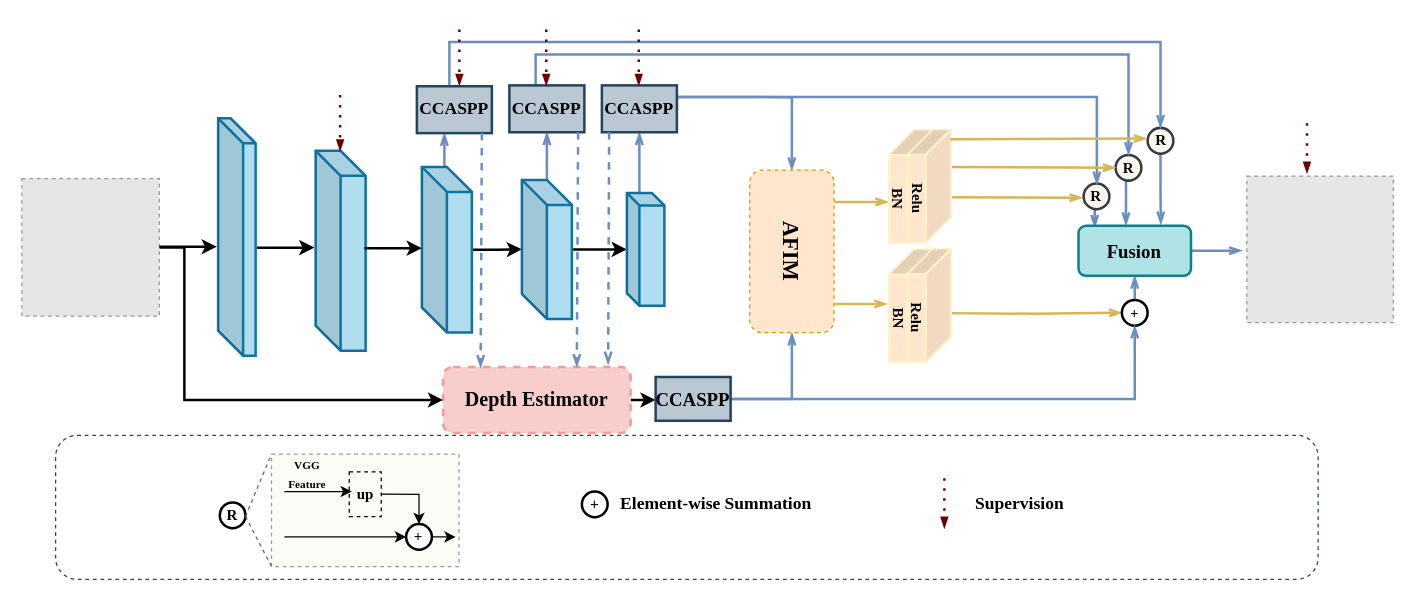
This is newRandD.drawio from Hymhh/hymhh, a draw.io file, before an edit. Source tidied: cells renumbered, new cells numbered last; positions are measured from the earlier drawing's top-left corner, leaving out a move shared by most shapes. Both pictures are drawn from the tidied source at 125%, with x=0, y=0 at pixel (21, 29). Pictures stored in the file or linked from it are replaced by grey dashed boxes.
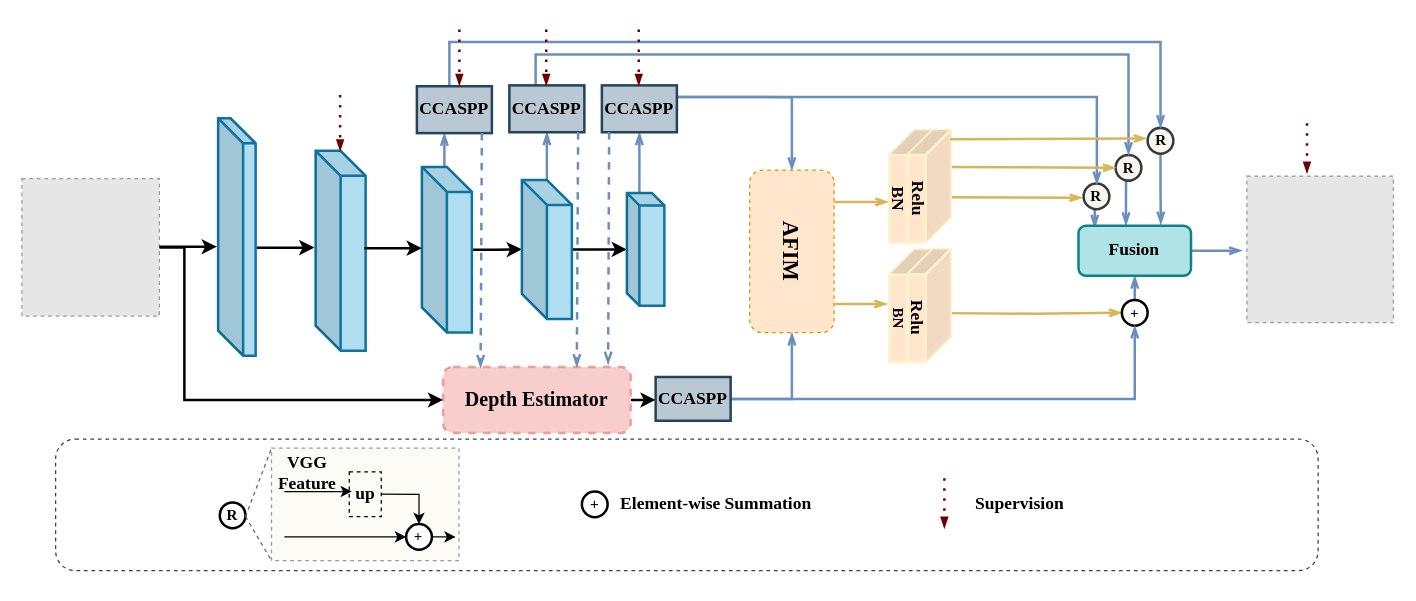
After the change.

Change to the diagram source:
```diff
@@
     <mxCell id="2" style="rounded=1;whiteSpace=wrap;html=1;fillColor=none;dashed=1;strokeColor=#314354;fontColor=#ffffff;" parent="1" vertex="1">
-      <mxGeometry x="27" y="324.7" width="1010" height="115.3" as="geometry" />
+      <mxGeometry x="27" y="327.7" width="1010" height="105.3" as="geometry" />
     </mxCell>
     <mxCell id="3" style="rounded=0;whiteSpace=wrap;html=1;dashed=1;strokeColor=#36393d;fillColor=#f9f7ed;opacity=50;" parent="1" vertex="1">
-      <mxGeometry x="199.7" y="339.7" width="150" height="90" as="geometry" />
+      <mxGeometry x="199.7" y="335" width="150" height="90" as="geometry" />
     </mxCell>
@@
-    <mxCell id="26" value="&lt;font style=&quot;font-size: 15px&quot; face=&quot;Times New Roman&quot;&gt;&lt;b&gt;CCASPP&lt;/b&gt;&lt;/font&gt;" style="rounded=0;whiteSpace=wrap;html=1;fillColor=#bac8d3;strokeColor=#23445d;strokeWidth=2;" parent="1" vertex="1">
+    <mxCell id="26" value="&lt;font face=&quot;Times New Roman&quot; size=&quot;1&quot;&gt;&lt;b style=&quot;font-size: 14px&quot;&gt;CCASPP&lt;/b&gt;&lt;/font&gt;" style="rounded=0;whiteSpace=wrap;html=1;fillColor=#bac8d3;strokeColor=#23445d;strokeWidth=2;" parent="1" vertex="1">
       <mxGeometry x="507" y="278.1" width="60" height="35" as="geometry" />
     </mxCell>
@@
-    <mxCell id="30" value="&lt;font style=&quot;font-size: 15px&quot; face=&quot;Times New Roman&quot;&gt;&lt;b&gt;Fusion&lt;/b&gt;&lt;/font&gt;" style="rounded=1;whiteSpace=wrap;html=1;fillColor=#b0e3e6;strokeColor=#0e8088;strokeWidth=2;" parent="1" vertex="1">
+    <mxCell id="30" value="&lt;font face=&quot;Times New Roman&quot; size=&quot;1&quot;&gt;&lt;b style=&quot;font-size: 14px&quot;&gt;Fusion&lt;/b&gt;&lt;/font&gt;" style="rounded=1;whiteSpace=wrap;html=1;fillColor=#b0e3e6;strokeColor=#0e8088;strokeWidth=2;" parent="1" vertex="1">
       <mxGeometry x="845.3" y="157.1" width="90" height="40" as="geometry" />
     </mxCell>
@@
-    <mxCell id="66" value="&lt;b&gt;&lt;font face=&quot;Times New Roman&quot;&gt;up&lt;/font&gt;&lt;/b&gt;" style="rounded=0;whiteSpace=wrap;html=1;dashed=1;strokeColor=#000000;fillColor=none;" parent="1" vertex="1">
+    <mxCell id="66" value="&lt;b&gt;&lt;font face=&quot;Times New Roman&quot; style=&quot;font-size: 14px&quot;&gt;up&lt;/font&gt;&lt;/b&gt;" style="rounded=0;whiteSpace=wrap;html=1;dashed=1;strokeColor=#000000;fillColor=none;" parent="1" vertex="1">
       <mxGeometry x="261.9" y="354" width="25.6" height="35.7" as="geometry" />
     </mxCell>
@@
-    <mxCell id="69" value="&lt;font style=&quot;font-size: 9px&quot; face=&quot;Times New Roman&quot;&gt;&lt;b&gt;VGG&lt;br style=&quot;font-size: 9px&quot;&gt;Feature&lt;/b&gt;&lt;/font&gt;" style="text;html=1;align=center;verticalAlign=middle;fillColor=none;strokeColor=none;rounded=0;dashed=1;" parent="1" vertex="1">
+    <mxCell id="69" value="&lt;font style=&quot;font-size: 14px&quot; face=&quot;Times New Roman&quot;&gt;&lt;b&gt;VGG&lt;br&gt;Feature&lt;/b&gt;&lt;/font&gt;" style="text;html=1;align=center;verticalAlign=middle;fillColor=none;strokeColor=none;rounded=0;dashed=1;" parent="1" vertex="1">
       <mxGeometry x="198" y="339.7" width="60" height="30" as="geometry" />
     </mxCell>
-    <mxCell id="70" value="&lt;font face=&quot;Times New Roman&quot;&gt;&lt;b&gt;Relu&lt;/b&gt;&lt;/font&gt;" style="shape=cube;whiteSpace=wrap;html=1;boundedLbl=1;backgroundOutline=1;darkOpacity=0.05;darkOpacity2=0.1;direction=east;fillColor=#FFE6CC;strokeWidth=2;strokeColor=#FFF2CC;rotation=90;" parent="1" vertex="1">
+    <mxCell id="70" value="&lt;font face=&quot;Times New Roman&quot; size=&quot;1&quot;&gt;&lt;b style=&quot;font-size: 14px&quot;&gt;Relu&lt;/b&gt;&lt;/font&gt;" style="shape=cube;whiteSpace=wrap;html=1;boundedLbl=1;backgroundOutline=1;darkOpacity=0.05;darkOpacity2=0.1;direction=east;fillColor=#FFE6CC;strokeWidth=2;strokeColor=#FFF2CC;rotation=90;" parent="1" vertex="1">
       <mxGeometry x="681" y="203.8" width="90" height="34.1" as="geometry" />
     </mxCell>
-    <mxCell id="71" value="&lt;font face=&quot;Times New Roman&quot;&gt;&lt;b&gt;BN&lt;/b&gt;&lt;/font&gt;" style="shape=cube;whiteSpace=wrap;html=1;boundedLbl=1;backgroundOutline=1;darkOpacity=0.05;darkOpacity2=0.1;direction=east;fillColor=#FFE6CC;strokeWidth=2;strokeColor=#FFF2CC;rotation=90;" parent="1" vertex="1">
+    <mxCell id="71" value="&lt;font face=&quot;Times New Roman&quot; size=&quot;1&quot;&gt;&lt;b style=&quot;font-size: 14px&quot;&gt;BN&lt;/b&gt;&lt;/font&gt;" style="shape=cube;whiteSpace=wrap;html=1;boundedLbl=1;backgroundOutline=1;darkOpacity=0.05;darkOpacity2=0.1;direction=east;fillColor=#FFE6CC;strokeWidth=2;strokeColor=#FFF2CC;rotation=90;" parent="1" vertex="1">
       <mxGeometry x="666" y="108.7" width="90" height="34.1" as="geometry" />
     </mxCell>
-    <mxCell id="72" value="&lt;font face=&quot;Times New Roman&quot;&gt;&lt;b&gt;Relu&lt;/b&gt;&lt;/font&gt;" style="shape=cube;whiteSpace=wrap;html=1;boundedLbl=1;backgroundOutline=1;darkOpacity=0.05;darkOpacity2=0.1;direction=east;fillColor=#FFE6CC;strokeWidth=2;strokeColor=#FFF2CC;rotation=90;" parent="1" vertex="1">
+    <mxCell id="72" value="&lt;font face=&quot;Times New Roman&quot; size=&quot;1&quot;&gt;&lt;b style=&quot;font-size: 14px&quot;&gt;Relu&lt;/b&gt;&lt;/font&gt;" style="shape=cube;whiteSpace=wrap;html=1;boundedLbl=1;backgroundOutline=1;darkOpacity=0.05;darkOpacity2=0.1;direction=east;fillColor=#FFE6CC;strokeWidth=2;strokeColor=#FFF2CC;rotation=90;" parent="1" vertex="1">
       <mxGeometry x="681" y="108.4" width="90" height="34.1" as="geometry" />
     </mxCell>
```
